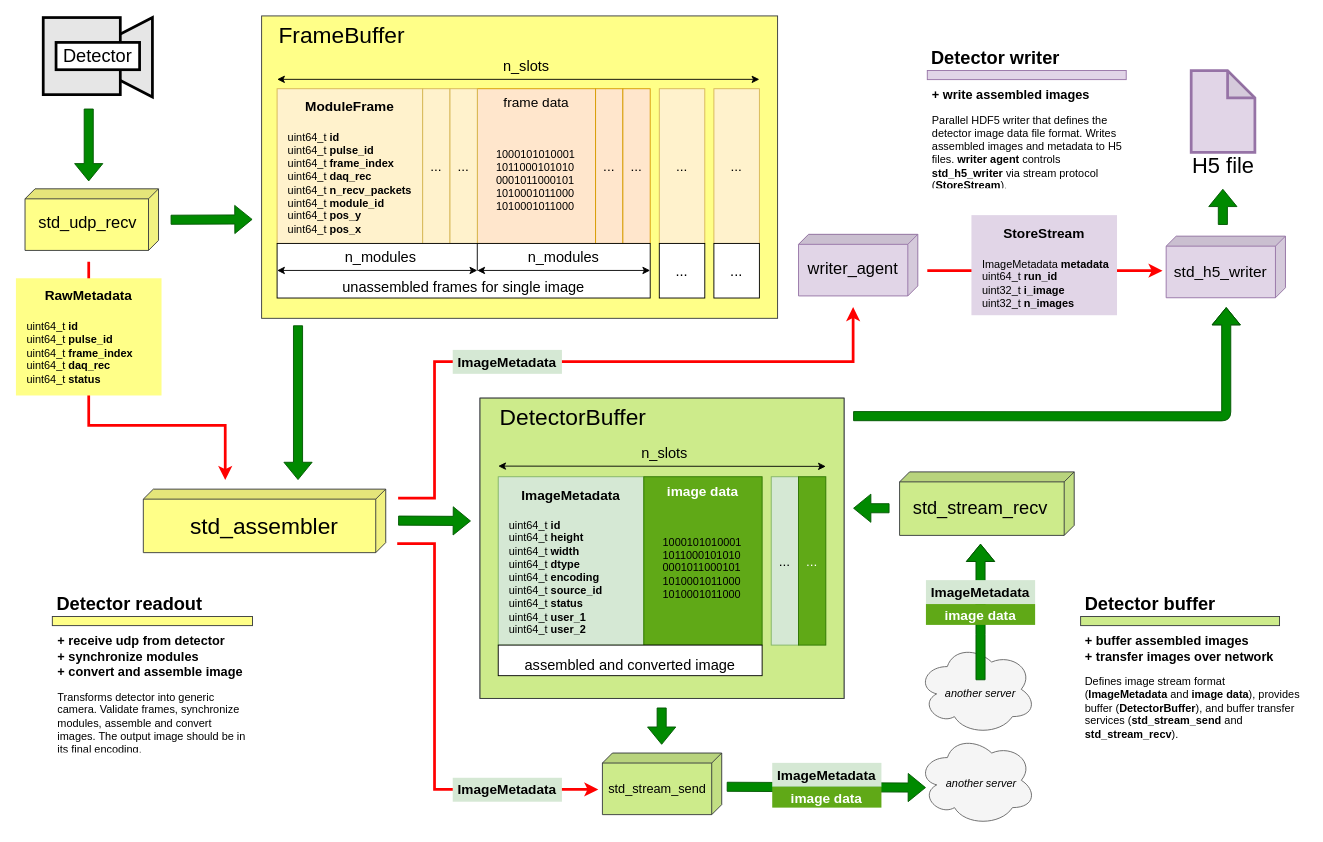
Above: docs/diagrams.drawio in paulscherrerinstitute/std_daq_service (draw.io), before the change. Source tidied: cells renumbered, new cells numbered last; positions are measured from the earlier drawing's top-left corner, leaving out a move shared by most shapes. Both pictures are drawn from the tidied source at 91%, with x=0, y=0 at pixel (15, 15).
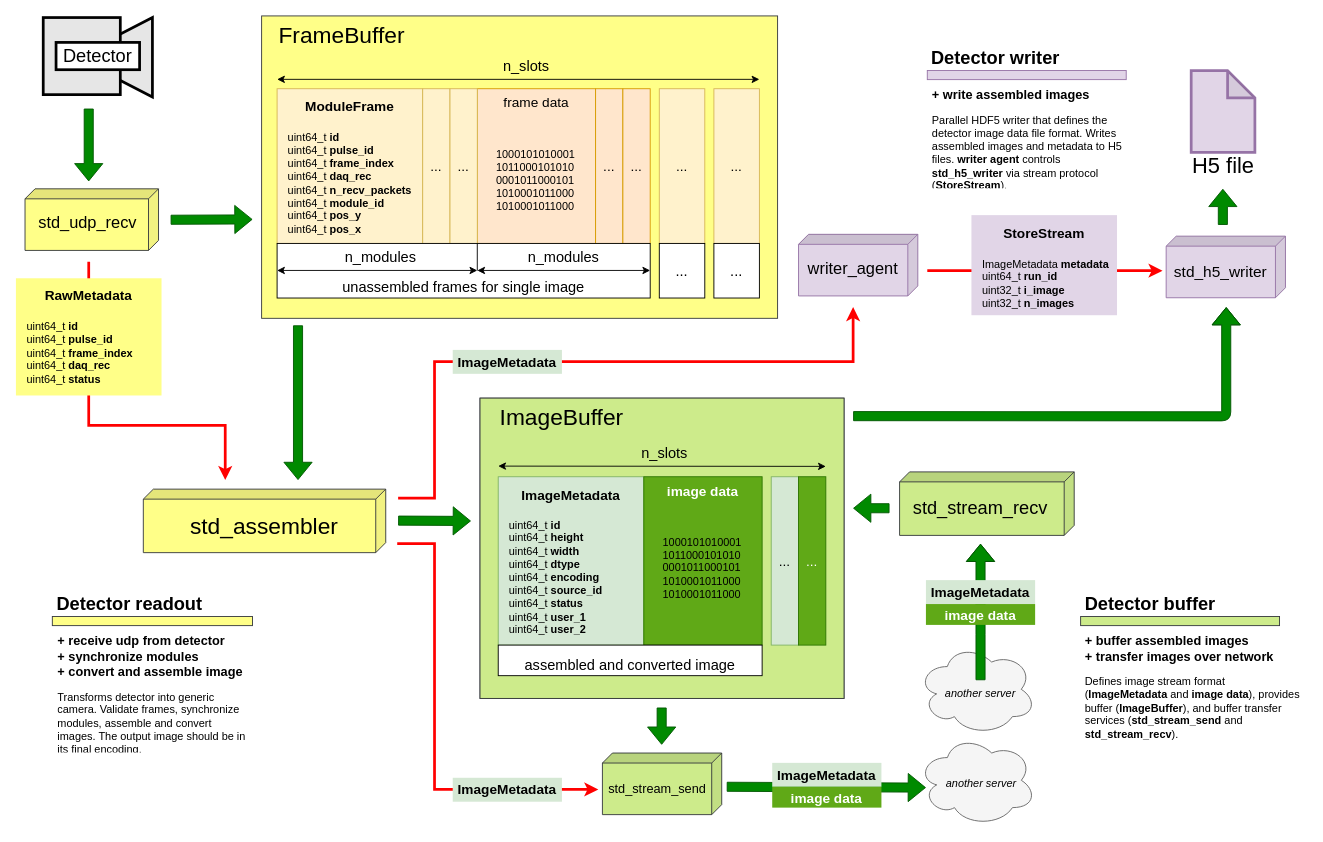
The same page after the edit.

Commit message (it also covers changes not shown here):
Update diagram text

The change refers to these unchanged cells:
```xml
<mxCell id="35" style="group;fillColor=#cdeb8b;strokeColor=#36393d;" parent="1" vertex="1">
  <mxGeometry x="510" y="420" width="400" height="330" as="geometry" />
</mxCell>
<mxCell id="117" style="group;" parent="1" vertex="1">
  <mxGeometry x="1170" y="630" width="250" height="170" as="geometry" />
</mxCell>
```

Diff of the diagram source:
```diff
@@
-    <mxCell id="51" value="DetectorBuffer" style="text;html=1;strokeColor=none;fillColor=none;align=left;verticalAlign=middle;whiteSpace=wrap;rounded=0;fontSize=25;" parent="35" vertex="1">
+    <mxCell id="51" value="ImageBuffer" style="text;html=1;strokeColor=none;fillColor=none;align=left;verticalAlign=middle;whiteSpace=wrap;rounded=0;fontSize=25;" parent="35" vertex="1">
       <mxGeometry x="20" width="240" height="40" as="geometry" />
     </mxCell>
@@
-    <mxCell id="121" value="&lt;h1 style=&quot;font-size: 14px&quot;&gt;&lt;font style=&quot;font-size: 14px&quot;&gt;+ buffer assembled images&lt;br&gt;+ transfer images over network&lt;/font&gt;&lt;/h1&gt;&lt;p&gt;Defines image stream format (&lt;b&gt;ImageMetadata&lt;/b&gt;&amp;nbsp;and &lt;b&gt;image data&lt;/b&gt;), provides buffer (&lt;b&gt;DetectorBuffer&lt;/b&gt;), and buffer transfer services (&lt;b&gt;std_stream_send&lt;/b&gt;&amp;nbsp;and &lt;b&gt;std_stream_recv&lt;/b&gt;).&lt;/p&gt;" style="text;html=1;strokeColor=none;fillColor=none;spacing=5;spacingTop=-20;whiteSpace=wrap;overflow=hidden;rounded=0;fontColor=#000000;" parent="117" vertex="1">
+    <mxCell id="121" value="&lt;h1 style=&quot;font-size: 14px&quot;&gt;&lt;font style=&quot;font-size: 14px&quot;&gt;+ buffer assembled images&lt;br&gt;+ transfer images over network&lt;/font&gt;&lt;/h1&gt;&lt;p&gt;Defines image stream format (&lt;b&gt;ImageMetadata&lt;/b&gt;&amp;nbsp;and &lt;b&gt;image data&lt;/b&gt;), provides buffer (&lt;b&gt;ImageBuffer&lt;/b&gt;), and buffer transfer services (&lt;b&gt;std_stream_send&lt;/b&gt;&amp;nbsp;and &lt;b&gt;std_stream_recv&lt;/b&gt;).&lt;/p&gt;" style="text;html=1;strokeColor=none;fillColor=none;spacing=5;spacingTop=-20;whiteSpace=wrap;overflow=hidden;rounded=0;fontColor=#000000;" parent="117" vertex="1">
       <mxGeometry y="50" width="250" height="120" as="geometry" />
     </mxCell>
```
